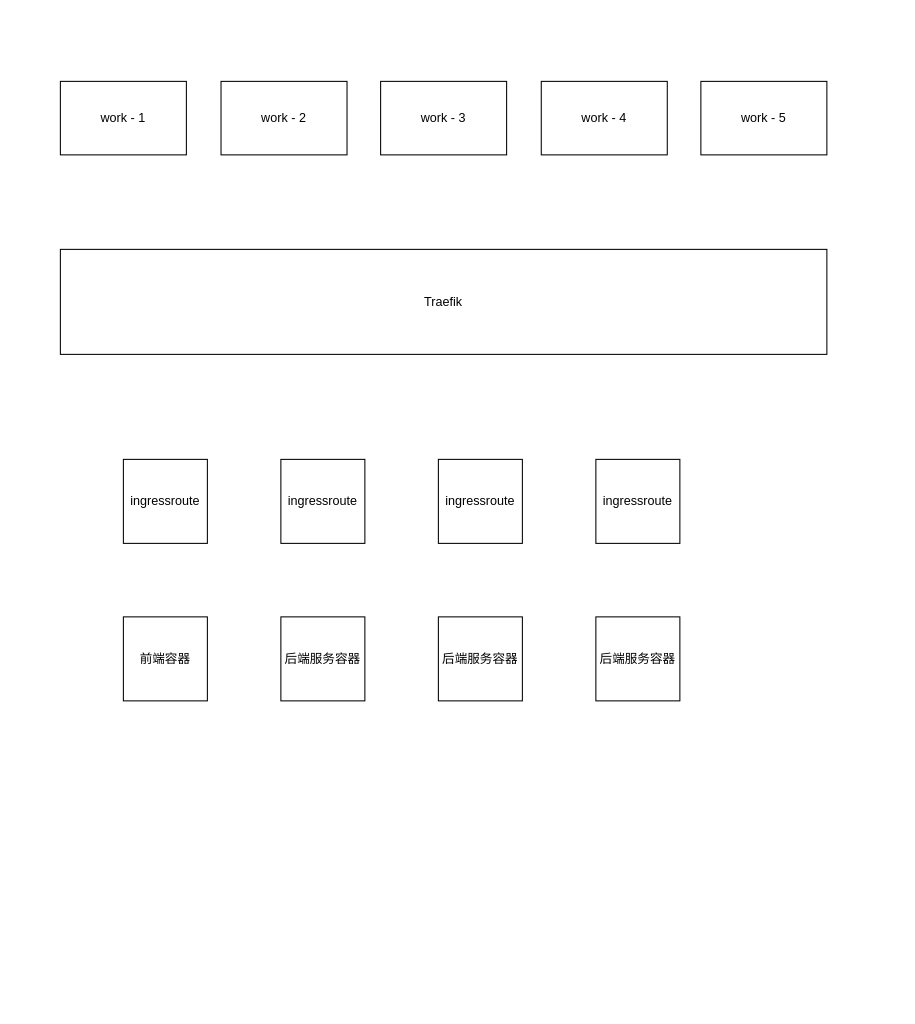
Above: cloudNativeArchitecture.drawio in zhuoooo/doodles (draw.io), before the change. Source tidied: cells renumbered, new cells numbered last; positions are measured from the earlier drawing's top-left corner, leaving out a move shared by most shapes. Both pictures are drawn from the tidied source at 105%, with x=0, y=0 at pixel (60, 81).
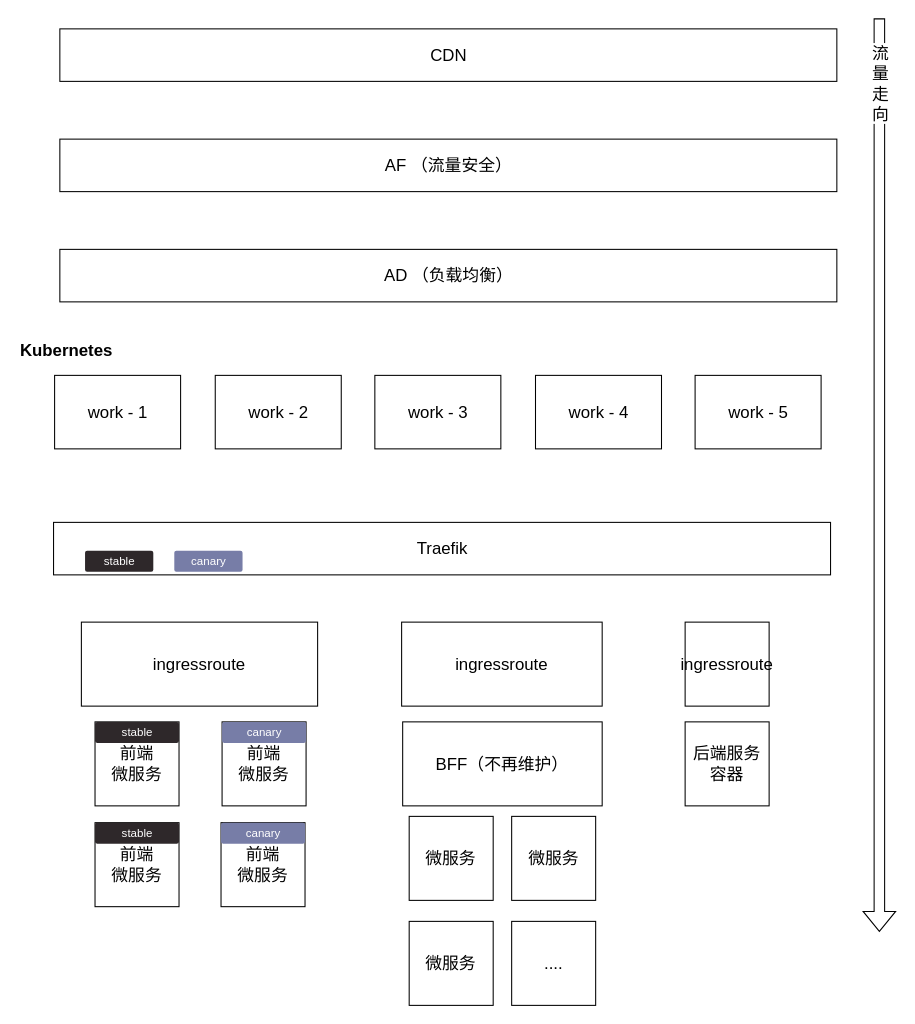
The same diagram, later.

Commit message:
feat: 完善 k8s 流量走向

Diff of the diagram source:
```diff
@@
+    <mxCell id="16" value="AD （负载均衡）" style="rounded=0;whiteSpace=wrap;html=1;fontSize=16;fontFamily=微软雅黑;" parent="1" vertex="1">
+      <mxGeometry x="-0.5" y="160" width="740" height="50" as="geometry" />
+    </mxCell>
+    <mxCell id="17" value="AF （流量安全）" style="rounded=0;whiteSpace=wrap;html=1;fontSize=16;fontFamily=微软雅黑;" parent="1" vertex="1">
+      <mxGeometry x="-0.5" y="55" width="740" height="50" as="geometry" />
+    </mxCell>
+    <mxCell id="8" value="ingressroute" style="whiteSpace=wrap;html=1;fontSize=16;fontFamily=微软雅黑;flipH=1;" parent="1" vertex="1">
+      <mxGeometry x="20" y="515" width="225" height="80" as="geometry" />
+    </mxCell>
+    <mxCell id="10" value="ingressroute" style="whiteSpace=wrap;html=1;fontSize=16;fontFamily=微软雅黑;flipH=1;" parent="1" vertex="1">
+      <mxGeometry x="325" y="515" width="191" height="80" as="geometry" />
+    </mxCell>
+    <mxCell id="11" value="微服务" style="whiteSpace=wrap;html=1;fontSize=16;fontFamily=微软雅黑;" parent="1" vertex="1">
+      <mxGeometry x="332.2" y="700" width="80" height="80" as="geometry" />
+    </mxCell>
+    <mxCell id="13" value="微服务" style="whiteSpace=wrap;html=1;fontSize=16;fontFamily=微软雅黑;" parent="1" vertex="1">
+      <mxGeometry x="429.8" y="700" width="80" height="80" as="geometry" />
+    </mxCell>
+    <mxCell id="15" value="微服务" style="whiteSpace=wrap;html=1;fontSize=16;fontFamily=微软雅黑;" parent="1" vertex="1">
+      <mxGeometry x="332.2" y="800" width="80" height="80" as="geometry" />
+    </mxCell>
+    <mxCell id="18" value="ingressroute" style="whiteSpace=wrap;html=1;fontSize=16;fontFamily=微软雅黑;flipH=1;" parent="1" vertex="1">
+      <mxGeometry x="595" y="515" width="80" height="80" as="geometry" />
+    </mxCell>
+    <mxCell id="19" value="后端服务容器" style="whiteSpace=wrap;html=1;fontSize=16;fontFamily=微软雅黑;" parent="1" vertex="1">
+      <mxGeometry x="595" y="610" width="80" height="80" as="geometry" />
+    </mxCell>
+    <mxCell id="20" value="BFF（不再维护）" style="rounded=0;whiteSpace=wrap;html=1;fontSize=16;fontFamily=微软雅黑;" parent="1" vertex="1">
+      <mxGeometry x="326" y="610" width="190" height="80" as="geometry" />
+    </mxCell>
+    <mxCell id="21" style="group;fontFamily=微软雅黑;" parent="1" vertex="1">
+      <mxGeometry x="-6.5" y="420" width="740" height="50" as="geometry" />
+    </mxCell>
+    <mxCell id="7" value="Traefik" style="rounded=0;whiteSpace=wrap;html=1;fontSize=16;fontFamily=微软雅黑;" parent="21" vertex="1">
+      <mxGeometry width="740" height="50" as="geometry" />
+    </mxCell>
+    <mxCell id="22" value="stable" style="rounded=1;arcSize=10;fillColor=#2E282A;strokeColor=none;html=1;fontSize=11;align=center;fontColor=#ffffff;fontStyle=0;fontSize=11;sketch=0;labelBackgroundColor=none;fontFamily=微软雅黑;" parent="21" vertex="1">
+      <mxGeometry x="30" y="27" width="65" height="20" as="geometry" />
+    </mxCell>
+    <mxCell id="23" value="canary" style="rounded=1;arcSize=10;fillColor=#777DA7;strokeColor=none;html=1;fontSize=11;align=center;fontColor=#ffffff;fontStyle=0;fontSize=11;sketch=0;labelBackgroundColor=none;fontFamily=微软雅黑;" parent="21" vertex="1">
+      <mxGeometry x="115" y="27" width="65" height="20" as="geometry" />
+    </mxCell>
+    <mxCell id="24" value="&lt;span style=&quot;color: rgb(0, 0, 0); font-size: 16px; font-style: normal; font-variant-ligatures: normal; font-variant-caps: normal; font-weight: 700; letter-spacing: normal; orphans: 2; text-align: left; text-indent: 0px; text-transform: none; widows: 2; word-spacing: 0px; -webkit-text-stroke-width: 0px; background-color: rgb(255, 255, 255); text-decoration-thickness: initial; text-decoration-style: initial; text-decoration-color: initial; float: none; display: inline !important;&quot;&gt;Kubernetes&lt;/span&gt;" style="text;whiteSpace=wrap;html=1;fontSize=16;fontFamily=微软雅黑;" parent="1" vertex="1">
+      <mxGeometry x="-40.5" y="240" width="130" height="40" as="geometry" />
+    </mxCell>
+    <mxCell id="25" value="...." style="whiteSpace=wrap;html=1;fontSize=16;fontFamily=微软雅黑;" parent="1" vertex="1">
+      <mxGeometry x="429.8" y="800" width="80" height="80" as="geometry" />
+    </mxCell>
+    <mxCell id="26" style="group;fontFamily=微软雅黑;" parent="1" vertex="1">
+      <mxGeometry x="33" y="610" width="80" height="80" as="geometry" />
+    </mxCell>
+    <mxCell id="9" value="前端&lt;br&gt;微服务" style="whiteSpace=wrap;html=1;fontSize=16;fontFamily=微软雅黑;" parent="26" vertex="1">
+      <mxGeometry width="80" height="80" as="geometry" />
+    </mxCell>
+    <mxCell id="27" value="stable" style="rounded=1;arcSize=10;fillColor=#2E282A;strokeColor=none;html=1;fontSize=11;align=center;fontColor=#ffffff;fontStyle=0;fontSize=11;sketch=0;labelBackgroundColor=none;fontFamily=微软雅黑;" parent="26" vertex="1">
+      <mxGeometry width="80" height="20" as="geometry" />
+    </mxCell>
+    <mxCell id="28" style="group;fontFamily=微软雅黑;" parent="1" vertex="1">
+      <mxGeometry x="154" y="610" width="80" height="80" as="geometry" />
+    </mxCell>
+    <mxCell id="29" value="前端&lt;br&gt;微服务" style="whiteSpace=wrap;html=1;fontSize=16;fontFamily=微软雅黑;" parent="28" vertex="1">
+      <mxGeometry width="80" height="80" as="geometry" />
+    </mxCell>
+    <mxCell id="30" value="canary" style="rounded=1;arcSize=10;fillColor=#777DA7;strokeColor=none;html=1;fontSize=11;align=center;fontColor=#ffffff;fontStyle=0;fontSize=11;sketch=0;labelBackgroundColor=none;fontFamily=微软雅黑;" parent="28" vertex="1">
+      <mxGeometry width="80" height="20" as="geometry" />
+    </mxCell>
+    <mxCell id="31" style="shape=flexArrow;endArrow=classic;html=1;rounded=0;fontFamily=微软雅黑;fontSize=16;startSize=0;" parent="1" edge="1">
+      <mxGeometry relative="1" as="geometry">
+        <mxPoint x="780" y="-60" as="sourcePoint" />
+        <mxPoint x="780" y="810" as="targetPoint" />
+      </mxGeometry>
+    </mxCell>
+    <mxCell id="32" value="流&lt;br&gt;量&lt;br&gt;走&lt;br&gt;向" style="edgeLabel;html=1;align=center;verticalAlign=middle;fontSize=16;fontFamily=微软雅黑;" parent="31" vertex="1">
+      <mxGeometry x="-0.86" relative="1" as="geometry" />
+    </mxCell>
+    <mxCell id="33" style="group;fontFamily=微软雅黑;" parent="1" vertex="1">
+      <mxGeometry x="33" y="706" width="80" height="80" as="geometry" />
+    </mxCell>
+    <mxCell id="34" value="前端&lt;br&gt;微服务" style="whiteSpace=wrap;html=1;fontSize=16;fontFamily=微软雅黑;" parent="33" vertex="1">
+      <mxGeometry width="80" height="80" as="geometry" />
+    </mxCell>
+    <mxCell id="35" value="stable" style="rounded=1;arcSize=10;fillColor=#2E282A;strokeColor=none;html=1;fontSize=11;align=center;fontColor=#ffffff;fontStyle=0;fontSize=11;sketch=0;labelBackgroundColor=none;fontFamily=微软雅黑;" parent="33" vertex="1">
+      <mxGeometry width="80" height="20" as="geometry" />
+    </mxCell>
+    <mxCell id="36" style="group;fontFamily=微软雅黑;" parent="1" vertex="1">
+      <mxGeometry x="153" y="706" width="80" height="80" as="geometry" />
+    </mxCell>
+    <mxCell id="37" value="前端&lt;br&gt;微服务" style="whiteSpace=wrap;html=1;fontSize=16;fontFamily=微软雅黑;" parent="36" vertex="1">
+      <mxGeometry width="80" height="80" as="geometry" />
+    </mxCell>
+    <mxCell id="38" value="canary" style="rounded=1;arcSize=10;fillColor=#777DA7;strokeColor=none;html=1;fontSize=11;align=center;fontColor=#ffffff;fontStyle=0;fontSize=11;sketch=0;labelBackgroundColor=none;fontFamily=微软雅黑;" parent="36" vertex="1">
+      <mxGeometry width="80" height="20" as="geometry" />
+    </mxCell>
+    <mxCell id="39" value="CDN" style="rounded=0;whiteSpace=wrap;html=1;fontSize=16;fontFamily=微软雅黑;" parent="1" vertex="1">
+      <mxGeometry x="-0.5" y="-50" width="740" height="50" as="geometry" />
+    </mxCell>
+    <mxCell id="40" style="group;" parent="1" vertex="1">
+      <mxGeometry x="-5.5" y="280" width="730" height="70" as="geometry" />
+    </mxCell>
-    <mxCell id="2" value="work - 2" style="rounded=0;whiteSpace=wrap;html=1;" parent="1" vertex="1">
+    <mxCell id="2" value="work - 2" style="rounded=0;whiteSpace=wrap;html=1;fontSize=16;fontFamily=微软雅黑;" parent="40" vertex="1">
       <mxGeometry x="153" width="120" height="70" as="geometry" />
     </mxCell>
-    <mxCell id="3" value="work - 3" style="rounded=0;whiteSpace=wrap;html=1;" parent="1" vertex="1">
+    <mxCell id="3" value="work - 3" style="rounded=0;whiteSpace=wrap;html=1;fontSize=16;fontFamily=微软雅黑;" parent="40" vertex="1">
       <mxGeometry x="305" width="120" height="70" as="geometry" />
     </mxCell>
-    <mxCell id="4" value="work - 4" style="rounded=0;whiteSpace=wrap;html=1;" parent="1" vertex="1">
+    <mxCell id="4" value="work - 4" style="rounded=0;whiteSpace=wrap;html=1;fontSize=16;fontFamily=微软雅黑;" parent="40" vertex="1">
       <mxGeometry x="458" width="120" height="70" as="geometry" />
     </mxCell>
-    <mxCell id="5" value="work - 5" style="rounded=0;whiteSpace=wrap;html=1;" parent="1" vertex="1">
+    <mxCell id="5" value="work - 5" style="rounded=0;whiteSpace=wrap;html=1;fontSize=16;fontFamily=微软雅黑;" parent="40" vertex="1">
       <mxGeometry x="610" width="120" height="70" as="geometry" />
     </mxCell>
-    <mxCell id="6" value="work - 1" style="rounded=0;whiteSpace=wrap;html=1;" parent="1" vertex="1">
+    <mxCell id="6" value="work - 1" style="rounded=0;whiteSpace=wrap;html=1;fontSize=16;fontFamily=微软雅黑;" parent="40" vertex="1">
       <mxGeometry width="120" height="70" as="geometry" />
     </mxCell>
-    <mxCell id="7" value="Traefik" style="rounded=0;whiteSpace=wrap;html=1;" parent="1" vertex="1">
-      <mxGeometry y="160" width="730" height="100" as="geometry" />
-    </mxCell>
-    <mxCell id="8" value="ingressroute" style="whiteSpace=wrap;html=1;" parent="1" vertex="1">
-      <mxGeometry x="60" y="360" width="80" height="80" as="geometry" />
-    </mxCell>
-    <mxCell id="9" value="前端容器" style="whiteSpace=wrap;html=1;" parent="1" vertex="1">
-      <mxGeometry x="60" y="510" width="80" height="80" as="geometry" />
-    </mxCell>
-    <mxCell id="10" value="ingressroute" style="whiteSpace=wrap;html=1;" parent="1" vertex="1">
-      <mxGeometry x="210" y="360" width="80" height="80" as="geometry" />
-    </mxCell>
-    <mxCell id="11" value="后端服务容器" style="whiteSpace=wrap;html=1;" parent="1" vertex="1">
-      <mxGeometry x="210" y="510" width="80" height="80" as="geometry" />
-    </mxCell>
-    <mxCell id="12" value="ingressroute" style="whiteSpace=wrap;html=1;" parent="1" vertex="1">
-      <mxGeometry x="360" y="360" width="80" height="80" as="geometry" />
-    </mxCell>
-    <mxCell id="13" value="后端服务容器" style="whiteSpace=wrap;html=1;" parent="1" vertex="1">
-      <mxGeometry x="360" y="510" width="80" height="80" as="geometry" />
-    </mxCell>
-    <mxCell id="14" value="ingressroute" style="whiteSpace=wrap;html=1;" parent="1" vertex="1">
-      <mxGeometry x="510" y="360" width="80" height="80" as="geometry" />
-    </mxCell>
-    <mxCell id="15" value="后端服务容器" style="whiteSpace=wrap;html=1;" parent="1" vertex="1">
-      <mxGeometry x="510" y="510" width="80" height="80" as="geometry" />
-    </mxCell>
```
